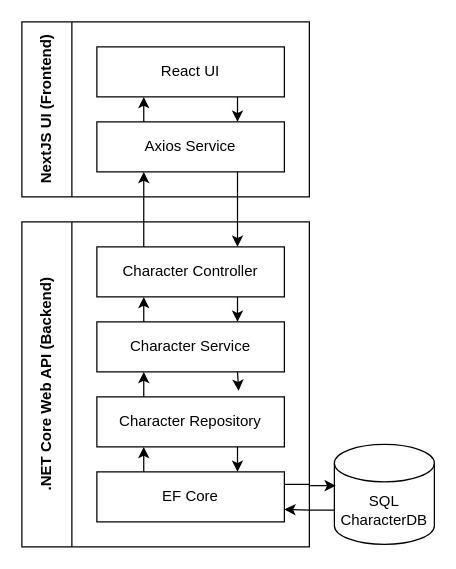
The draw.io diagram diagrams/Architecture.drawio in jasstsg/back-end-developer-challenge, before the edit. Source tidied: cells renumbered, new cells numbered last; positions are measured from the earlier drawing's top-left corner, leaving out a move shared by most shapes. Both pictures are drawn from the tidied source at 125%, with x=0, y=0 at pixel (21, 21).
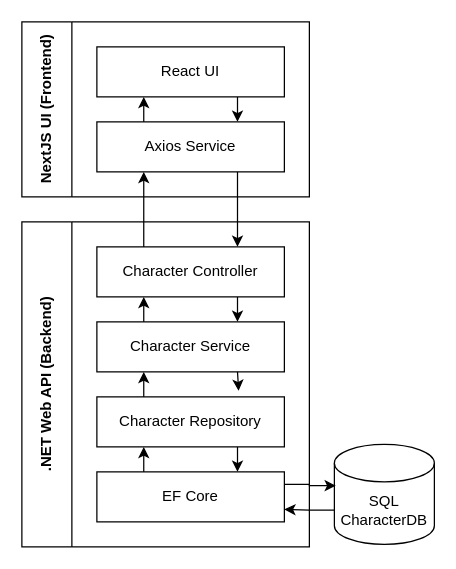
Above is the later version.

Diff of the diagram source:
```diff
@@
-    <mxCell id="4" value=".NET Core Web API (Backend)" style="swimlane;horizontal=0;whiteSpace=wrap;html=1;startSize=40;" parent="1" vertex="1">
+    <mxCell id="4" value=".NET Web API (Backend)" style="swimlane;horizontal=0;whiteSpace=wrap;html=1;startSize=40;" parent="1" vertex="1">
       <mxGeometry y="160" width="230" height="260" as="geometry" />
     </mxCell>
```
